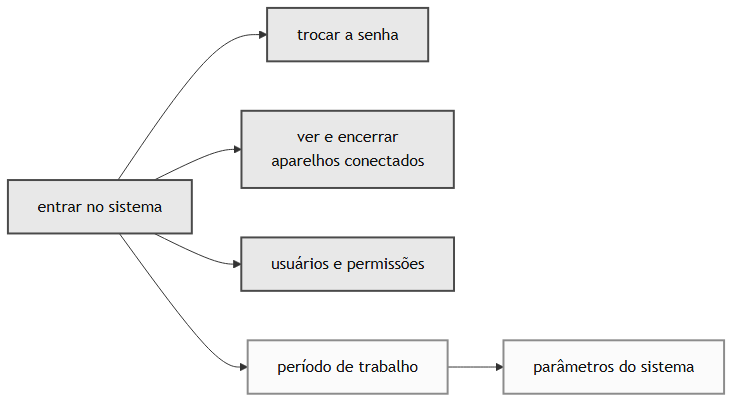
The Mermaid diagram docs/rotinas/img/mapa-0-acesso.png in JoaoMudar/tcc, before a commit. Its source is kept beside it as docs/rotinas/img/mapa-0-acesso.mmd.
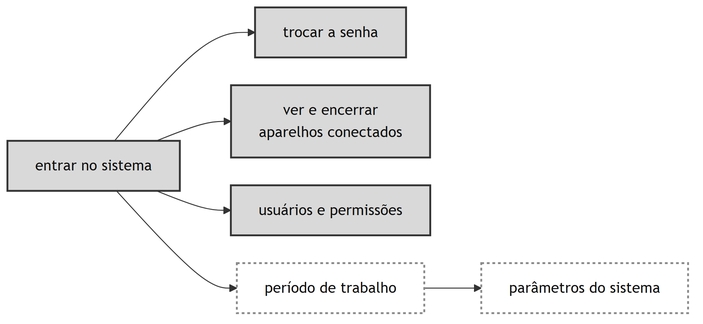
After the commit.

Diff of the diagram source:
```diff
@@ -1,3 +1,4 @@
+%%{init: {'flowchart': {'rankSpacing': 55, 'nodeSpacing': 30, 'curve': 'basis'}}}%%
 flowchart LR
   L["entrar no sistema"]
   S["trocar a senha"]
@@ -15,7 +16,6 @@
   classDef ok fill:#dcfce7,stroke:#16a34a,stroke-width:2px,color:#111
   classDef meio fill:#fef3c7,stroke:#d97706,stroke-width:2px,color:#111
   classDef falta fill:#fee2e2,stroke:#dc2626,stroke-width:2px,color:#111
-  classDef grupo fill:#f8fafc,stroke:#cbd5e1,stroke-width:1px,color:#334155
 
   class L,S,D,U ok
   class T,P falta
```
